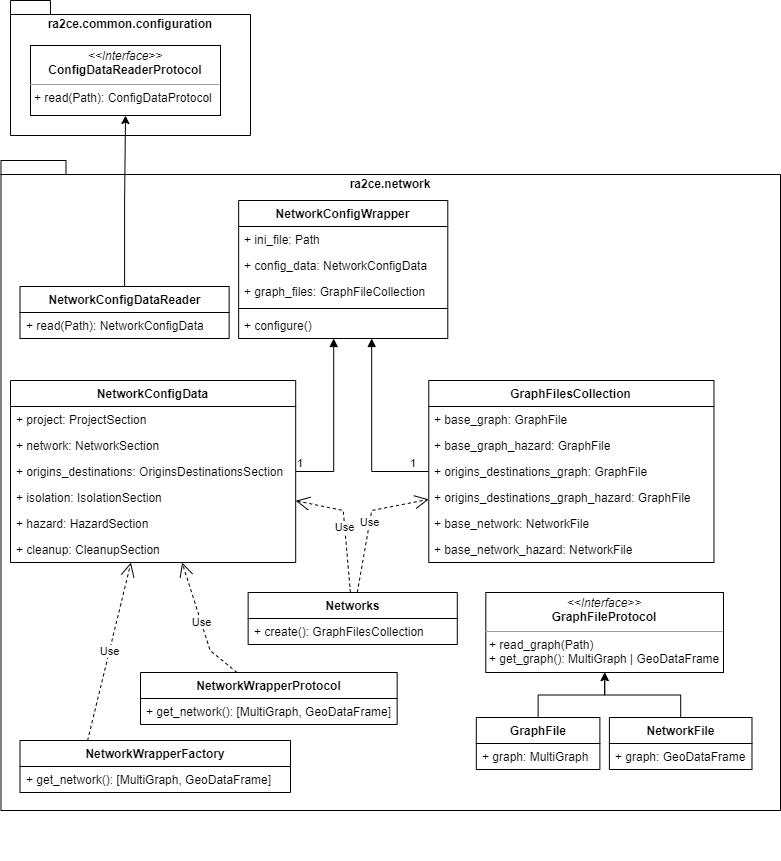
The draw.io diagram docs/_diagrams/ra2ce_network.png in Deltares/ra2ce, before a commit. Source tidied: cells renumbered, new cells last; positions are measured from the earlier drawing's top-left corner, leaving out a move shared by most shapes.
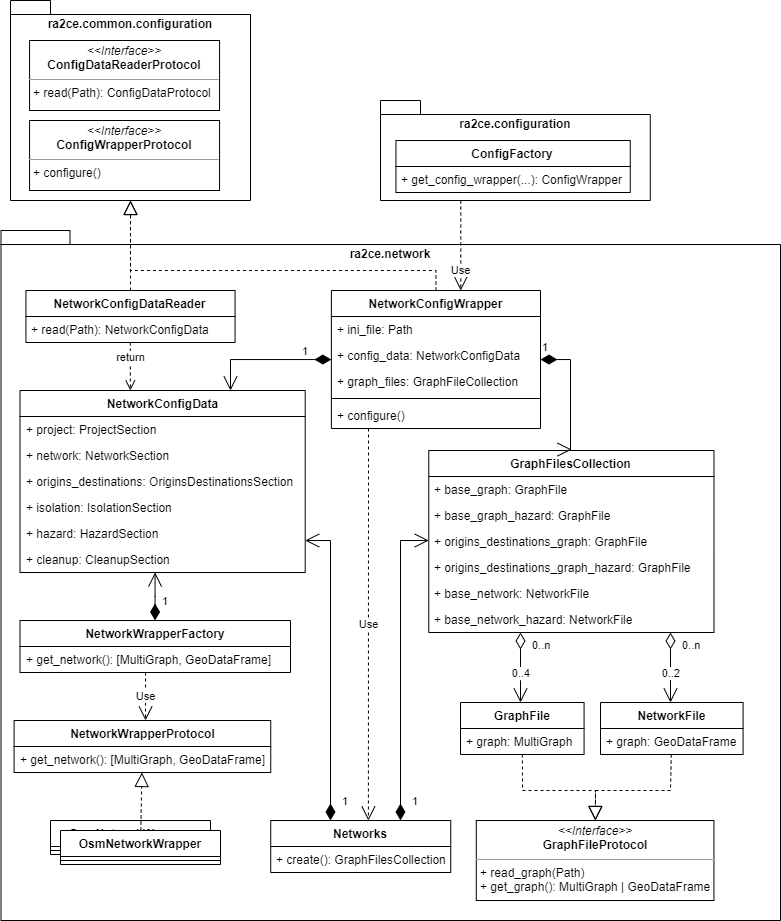
The same file after the commit.

Commit message:
docs: Updated network diagrams

The edit, as a diff of the source:
```diff
@@ -4,16 +4,13 @@
     <mxCell id="1" parent="0" />
-    <mxCell id="2" style="group;" parent="1" vertex="1">
-      <mxGeometry x="10" y="200" width="770" height="660" as="geometry" />
-    </mxCell>
-    <mxCell id="3" value="ra2ce.network" style="shape=folder;fontStyle=1;spacingTop=10;tabWidth=40;tabHeight=14;tabPosition=left;html=1;whiteSpace=wrap;verticalAlign=top;align=center;" parent="2" vertex="1">
-      <mxGeometry x="-9.5" y="-40" width="779.5" height="650" as="geometry" />
+    <mxCell id="3" value="ra2ce.network" style="shape=folder;fontStyle=1;spacingTop=10;tabWidth=40;tabHeight=14;tabPosition=left;html=1;whiteSpace=wrap;verticalAlign=top;align=center;" parent="1" vertex="1">
+      <mxGeometry x="0.5" y="140" width="779.5" height="690" as="geometry" />
     </mxCell>
-    <mxCell id="4" value="Networks" style="swimlane;fontStyle=1;align=center;verticalAlign=top;horizontal=1;startSize=26;whiteSpace=wrap;html=1;" parent="2" vertex="1">
-      <mxGeometry x="237.7" y="392" width="209.1" height="52" as="geometry" />
+    <mxCell id="4" value="Networks" style="swimlane;fontStyle=1;align=center;verticalAlign=top;horizontal=1;startSize=26;whiteSpace=wrap;html=1;" parent="1" vertex="1">
+      <mxGeometry x="270.2" y="730" width="180" height="52" as="geometry" />
     </mxCell>
     <mxCell id="5" value="+ create(): GraphFilesCollection" style="text;strokeColor=none;fillColor=none;align=left;verticalAlign=top;spacingLeft=4;spacingRight=4;overflow=hidden;whiteSpace=wrap;html=1;" parent="4" vertex="1">
-      <mxGeometry y="26" width="209.1" height="26" as="geometry" />
+      <mxGeometry y="26" width="180" height="26" as="geometry" />
     </mxCell>
-    <mxCell id="6" value="NetworkConfigWrapper" style="swimlane;fontStyle=1;align=center;verticalAlign=top;horizontal=1;startSize=26;whiteSpace=wrap;html=1;" parent="2" vertex="1">
-      <mxGeometry x="228.1" width="209.1" height="138" as="geometry" />
+    <mxCell id="6" value="NetworkConfigWrapper" style="swimlane;fontStyle=1;align=center;verticalAlign=top;horizontal=1;startSize=26;whiteSpace=wrap;html=1;" parent="1" vertex="1">
+      <mxGeometry x="330.9" y="200" width="209.1" height="138" as="geometry" />
     </mxCell>
@@ -34,4 +31,4 @@
     </mxCell>
-    <mxCell id="12" value="NetworkWrapperProtocol" style="swimlane;fontStyle=1;align=center;verticalAlign=top;horizontal=1;startSize=26;whiteSpace=wrap;html=1;" parent="2" vertex="1">
-      <mxGeometry x="130" y="472" width="256.7" height="52" as="geometry" />
+    <mxCell id="12" value="NetworkWrapperProtocol" style="swimlane;fontStyle=1;align=center;verticalAlign=top;horizontal=1;startSize=26;whiteSpace=wrap;html=1;" parent="1" vertex="1">
+      <mxGeometry x="13.6" y="630" width="256.7" height="52" as="geometry" />
     </mxCell>
@@ -40,4 +37,4 @@
     </mxCell>
-    <mxCell id="14" value="NetworkConfigDataReader" style="swimlane;fontStyle=1;align=center;verticalAlign=top;horizontal=1;startSize=26;whiteSpace=wrap;html=1;" parent="2" vertex="1">
-      <mxGeometry x="9.5" y="86" width="209.1" height="52" as="geometry" />
+    <mxCell id="14" value="NetworkConfigDataReader" style="swimlane;fontStyle=1;align=center;verticalAlign=top;horizontal=1;startSize=26;whiteSpace=wrap;html=1;" parent="1" vertex="1">
+      <mxGeometry x="25.4" y="200" width="209.1" height="52" as="geometry" />
     </mxCell>
@@ -46,4 +43,4 @@
     </mxCell>
-    <mxCell id="16" value="NetworkConfigData" style="swimlane;fontStyle=1;align=center;verticalAlign=top;horizontal=1;startSize=26;whiteSpace=wrap;html=1;" parent="2" vertex="1">
-      <mxGeometry y="180" width="285.2" height="182" as="geometry" />
+    <mxCell id="16" value="NetworkConfigData" style="swimlane;fontStyle=1;align=center;verticalAlign=top;horizontal=1;startSize=26;whiteSpace=wrap;html=1;" parent="1" vertex="1">
+      <mxGeometry x="19.5" y="300" width="285.2" height="182" as="geometry" />
     </mxCell>
@@ -67,4 +64,4 @@
     </mxCell>
-    <mxCell id="23" value="GraphFilesCollection" style="swimlane;fontStyle=1;align=center;verticalAlign=top;horizontal=1;startSize=26;whiteSpace=wrap;html=1;" parent="2" vertex="1">
-      <mxGeometry x="418.3" y="180" width="285.2" height="182" as="geometry" />
+    <mxCell id="23" value="GraphFilesCollection" style="swimlane;fontStyle=1;align=center;verticalAlign=top;horizontal=1;startSize=26;whiteSpace=wrap;html=1;" parent="1" vertex="1">
+      <mxGeometry x="428.3" y="360" width="285.2" height="182" as="geometry" />
     </mxCell>
@@ -88,11 +85,4 @@
     </mxCell>
-    <mxCell id="30" value="Use" style="endArrow=open;endSize=12;dashed=1;html=1;rounded=0;" parent="2" edge="1" source="12" target="16">
-      <mxGeometry relative="1" as="geometry">
-        <Array as="points">
-          <mxPoint x="199.6" y="450" />
-        </Array>
-      </mxGeometry>
-    </mxCell>
-    <mxCell id="31" value="NetworkWrapperFactory" style="swimlane;fontStyle=1;align=center;verticalAlign=top;horizontal=1;startSize=26;whiteSpace=wrap;html=1;" parent="2" vertex="1">
-      <mxGeometry x="9.5" y="540" width="270.5" height="52" as="geometry" />
+    <mxCell id="31" value="NetworkWrapperFactory" style="swimlane;fontStyle=1;align=center;verticalAlign=top;horizontal=1;startSize=26;whiteSpace=wrap;html=1;" parent="1" vertex="1">
+      <mxGeometry x="19.5" y="530" width="270.5" height="52" as="geometry" />
     </mxCell>
@@ -101,46 +91,12 @@
     </mxCell>
-    <mxCell id="33" value="Use" style="endArrow=open;endSize=12;dashed=1;html=1;rounded=0;exitX=0.25;exitY=0;exitDx=0;exitDy=0;" parent="2" edge="1" source="31" target="16">
-      <mxGeometry relative="1" as="geometry" />
-    </mxCell>
-    <mxCell id="34" value="Use" style="endArrow=open;endSize=12;dashed=1;html=1;rounded=0;" parent="2" edge="1" source="4" target="16">
+    <mxCell id="34" value="Use" style="endArrow=open;endSize=12;dashed=1;html=1;rounded=0;edgeStyle=elbowEdgeStyle;" parent="1" edge="1" target="4">
       <mxGeometry relative="1" as="geometry">
-        <Array as="points">
-          <mxPoint x="332.7" y="310" />
-        </Array>
+        <mxPoint x="368" y="338" as="sourcePoint" />
       </mxGeometry>
     </mxCell>
-    <mxCell id="35" value="Use" style="endArrow=open;endSize=12;dashed=1;html=1;rounded=0;" parent="2" edge="1" source="4" target="23">
-      <mxGeometry relative="1" as="geometry">
-        <Array as="points">
-          <mxPoint x="361.2" y="310" />
-        </Array>
-      </mxGeometry>
-    </mxCell>
-    <mxCell id="36" style="endArrow=block;endFill=1;html=1;edgeStyle=orthogonalEdgeStyle;align=left;verticalAlign=top;rounded=0;" parent="2" edge="1" source="23" target="6">
-      <mxGeometry x="-1" relative="1" as="geometry">
-        <Array as="points">
-          <mxPoint x="361.2" y="271" />
-        </Array>
-      </mxGeometry>
-    </mxCell>
-    <mxCell id="37" value="1" style="edgeLabel;html=1;align=left;verticalAlign=bottom;" parent="36" vertex="1">
-      <mxGeometry x="-1" relative="1" as="geometry">
-        <mxPoint x="-20" as="offset" />
-      </mxGeometry>
-    </mxCell>
-    <mxCell id="38" style="endArrow=block;endFill=1;html=1;edgeStyle=orthogonalEdgeStyle;align=left;verticalAlign=top;rounded=0;exitX=1;exitY=0.5;exitDx=0;exitDy=0;" parent="2" edge="1" source="19" target="6">
-      <mxGeometry x="-1" relative="1" as="geometry">
-        <Array as="points">
-          <mxPoint x="323.2" y="271" />
-        </Array>
-      </mxGeometry>
-    </mxCell>
-    <mxCell id="39" value="1" style="edgeLabel;html=1;align=left;verticalAlign=bottom;" parent="38" vertex="1">
-      <mxGeometry x="-1" relative="1" as="geometry" />
-    </mxCell>
-    <mxCell id="40" value="&lt;p style=&quot;margin:0px;margin-top:4px;text-align:center;&quot;&gt;&lt;i&gt;&amp;lt;&amp;lt;Interface&amp;gt;&amp;gt;&lt;/i&gt;&lt;br&gt;&lt;b&gt;GraphFileProtocol&lt;/b&gt;&lt;/p&gt;&lt;hr size=&quot;1&quot;&gt;&lt;p style=&quot;margin:0px;margin-left:4px;&quot;&gt;+ read_graph(Path)&lt;br&gt;&lt;/p&gt;&lt;p style=&quot;margin:0px;margin-left:4px;&quot;&gt;+ get_graph(): MultiGraph | GeoDataFrame&lt;br&gt;&lt;/p&gt;" style="verticalAlign=top;align=left;overflow=fill;html=1;whiteSpace=wrap;" parent="2" vertex="1">
-      <mxGeometry x="475.3" y="392" width="237.7" height="80" as="geometry" />
+    <mxCell id="40" value="&lt;p style=&quot;margin:0px;margin-top:4px;text-align:center;&quot;&gt;&lt;i&gt;&amp;lt;&amp;lt;Interface&amp;gt;&amp;gt;&lt;/i&gt;&lt;br&gt;&lt;b&gt;GraphFileProtocol&lt;/b&gt;&lt;/p&gt;&lt;hr size=&quot;1&quot;&gt;&lt;p style=&quot;margin:0px;margin-left:4px;&quot;&gt;+ read_graph(Path)&lt;br&gt;&lt;/p&gt;&lt;p style=&quot;margin:0px;margin-left:4px;&quot;&gt;+ get_graph(): MultiGraph | GeoDataFrame&lt;br&gt;&lt;/p&gt;" style="verticalAlign=top;align=left;overflow=fill;html=1;whiteSpace=wrap;" parent="1" vertex="1">
+      <mxGeometry x="475.8" y="730" width="237.7" height="80" as="geometry" />
     </mxCell>
-    <mxCell id="41" value="GraphFile" style="swimlane;fontStyle=1;align=center;verticalAlign=top;horizontal=1;startSize=26;whiteSpace=wrap;html=1;" parent="2" vertex="1">
-      <mxGeometry x="465.8" y="517" width="123.6" height="52" as="geometry" />
+    <mxCell id="41" value="GraphFile" style="swimlane;fontStyle=1;align=center;verticalAlign=top;horizontal=1;startSize=26;whiteSpace=wrap;html=1;" parent="1" vertex="1">
+      <mxGeometry x="460" y="612" width="123.6" height="52" as="geometry" />
     </mxCell>
@@ -149,4 +105,4 @@
     </mxCell>
-    <mxCell id="43" value="NetworkFile" style="swimlane;fontStyle=1;align=center;verticalAlign=top;horizontal=1;startSize=26;whiteSpace=wrap;html=1;" parent="2" vertex="1">
-      <mxGeometry x="598.9" y="517" width="142.6" height="52" as="geometry" />
+    <mxCell id="43" value="NetworkFile" style="swimlane;fontStyle=1;align=center;verticalAlign=top;horizontal=1;startSize=26;whiteSpace=wrap;html=1;" parent="1" vertex="1">
+      <mxGeometry x="600" y="612" width="142.6" height="52" as="geometry" />
     </mxCell>
@@ -155,20 +111,149 @@
     </mxCell>
+    <mxCell id="51" value="1" style="endArrow=open;html=1;endSize=12;startArrow=diamondThin;startSize=14;startFill=1;edgeStyle=orthogonalEdgeStyle;align=left;verticalAlign=bottom;rounded=0;" parent="1" edge="1" source="6" target="16">
+      <mxGeometry x="-0.53" y="1" relative="1" as="geometry">
+        <Array as="points">
+          <mxPoint x="230" y="269" />
+        </Array>
+      </mxGeometry>
+    </mxCell>
+    <mxCell id="52" value="1" style="endArrow=open;html=1;endSize=12;startArrow=diamondThin;startSize=14;startFill=1;edgeStyle=orthogonalEdgeStyle;align=left;verticalAlign=bottom;rounded=0;" parent="1" edge="1" source="6" target="23">
+      <mxGeometry x="-1" y="3" relative="1" as="geometry">
+        <Array as="points">
+          <mxPoint x="570" y="269" />
+          <mxPoint x="570" y="359" />
+          <mxPoint x="571" y="359" />
+        </Array>
+      </mxGeometry>
+    </mxCell>
+    <mxCell id="35" value="1" style="endArrow=open;html=1;endSize=12;startArrow=diamondThin;startSize=14;startFill=1;edgeStyle=orthogonalEdgeStyle;align=left;verticalAlign=bottom;rounded=0;" parent="1" edge="1" source="4" target="23">
+      <mxGeometry x="-0.94" y="-10" relative="1" as="geometry">
+        <Array as="points">
+          <mxPoint x="400" y="450" />
+        </Array>
+      </mxGeometry>
+    </mxCell>
+    <mxCell id="53" value="1" style="endArrow=open;html=1;endSize=12;startArrow=diamondThin;startSize=14;startFill=1;edgeStyle=orthogonalEdgeStyle;align=left;verticalAlign=bottom;rounded=0;" parent="1" edge="1" source="4" target="16">
+      <mxGeometry x="-0.94" y="-10" relative="1" as="geometry">
+        <Array as="points">
+          <mxPoint x="330" y="450" />
+        </Array>
+      </mxGeometry>
+    </mxCell>
+    <mxCell id="54" style="group;" parent="1" vertex="1">
+      <mxGeometry x="10" y="-90" width="240" height="200" as="geometry" />
+    </mxCell>
+    <mxCell id="48" value="ra2ce.common.configuration" style="shape=folder;fontStyle=1;spacingTop=10;tabWidth=40;tabHeight=14;tabPosition=left;html=1;whiteSpace=wrap;verticalAlign=top;" parent="54" vertex="1">
+      <mxGeometry width="240" height="200" as="geometry" />
+    </mxCell>
+    <mxCell id="49" value="&lt;p style=&quot;margin:0px;margin-top:4px;text-align:center;&quot;&gt;&lt;i&gt;&amp;lt;&amp;lt;Interface&amp;gt;&amp;gt;&lt;/i&gt;&lt;br&gt;&lt;b&gt;ConfigDataReaderProtocol&lt;/b&gt;&lt;/p&gt;&lt;hr size=&quot;1&quot;&gt;&lt;p style=&quot;margin:0px;margin-left:4px;&quot;&gt;+ read(Path): ConfigDataProtocol&lt;br&gt;&lt;/p&gt;" style="verticalAlign=top;align=left;overflow=fill;html=1;whiteSpace=wrap;" parent="54" vertex="1">
+      <mxGeometry x="19.1" y="40" width="190" height="70" as="geometry" />
+    </mxCell>
+    <mxCell id="55" value="&lt;p style=&quot;margin:0px;margin-top:4px;text-align:center;&quot;&gt;&lt;i&gt;&amp;lt;&amp;lt;Interface&amp;gt;&amp;gt;&lt;/i&gt;&lt;br&gt;&lt;b&gt;ConfigWrapperProtocol&lt;/b&gt;&lt;/p&gt;&lt;hr size=&quot;1&quot;&gt;&lt;p style=&quot;margin:0px;margin-left:4px;&quot;&gt;+ configure()&lt;br&gt;&lt;/p&gt;" style="verticalAlign=top;align=left;overflow=fill;html=1;whiteSpace=wrap;" parent="54" vertex="1">
+      <mxGeometry x="19.1" y="120" width="190" height="70" as="geometry" />
+    </mxCell>
+    <mxCell id="56" style="group;" parent="1" vertex="1">
+      <mxGeometry x="380" y="10" width="269.8" height="100" as="geometry" />
+    </mxCell>
+    <mxCell id="57" value="ra2ce.configuration" style="shape=folder;fontStyle=1;spacingTop=10;tabWidth=40;tabHeight=14;tabPosition=left;html=1;whiteSpace=wrap;verticalAlign=top;" parent="56" vertex="1">
+      <mxGeometry width="269.8" height="100" as="geometry" />
+    </mxCell>
+    <mxCell id="58" value="ConfigFactory" style="swimlane;fontStyle=1;align=center;verticalAlign=top;horizontal=1;startSize=26;whiteSpace=wrap;html=1;" parent="56" vertex="1">
+      <mxGeometry x="15.4" y="40" width="234.3" height="52" as="geometry" />
+    </mxCell>
+    <mxCell id="59" value="+ get_config_wrapper(...): ConfigWrapper" style="text;strokeColor=none;fillColor=none;align=left;verticalAlign=top;spacingLeft=4;spacingRight=4;overflow=hidden;whiteSpace=wrap;html=1;" parent="58" vertex="1">
+      <mxGeometry y="26" width="234.3" height="26" as="geometry" />
+    </mxCell>
+    <mxCell id="60" style="endArrow=block;dashed=1;endFill=0;endSize=12;html=1;rounded=0;" parent="1" edge="1" source="14" target="48">
+      <mxGeometry relative="1" as="geometry" />
+    </mxCell>
+    <mxCell id="61" style="endArrow=block;dashed=1;endFill=0;endSize=12;html=1;rounded=0;edgeStyle=orthogonalEdgeStyle;" parent="1" edge="1" source="6" target="48">
+      <mxGeometry relative="1" as="geometry">
+        <Array as="points">
+          <mxPoint x="436" y="180" />
+          <mxPoint x="130" y="180" />
+        </Array>
+      </mxGeometry>
+    </mxCell>
+    <mxCell id="62" value="return" style="html=1;verticalAlign=bottom;endArrow=open;dashed=1;endSize=8;rounded=0;edgeStyle=elbowEdgeStyle;" parent="1" edge="1" source="14" target="16">
+      <mxGeometry relative="1" as="geometry" />
+    </mxCell>
+    <mxCell id="63" value="Use" style="endArrow=open;endSize=12;dashed=1;html=1;rounded=0;edgeStyle=elbowEdgeStyle;" parent="1" edge="1" source="31" target="12">
+      <mxGeometry relative="1" as="geometry" />
+    </mxCell>
+    <mxCell id="33" value="1" style="endArrow=open;html=1;endSize=12;startArrow=diamondThin;startSize=14;startFill=1;edgeStyle=elbowEdgeStyle;align=left;verticalAlign=bottom;rounded=0;" parent="1" edge="1" source="31" target="16">
+      <mxGeometry x="-0.58" y="-5" relative="1" as="geometry" />
+    </mxCell>
+    <mxCell id="64" value="Use" style="endArrow=open;endSize=12;dashed=1;html=1;rounded=0;edgeStyle=elbowEdgeStyle;" parent="1" edge="1" source="57" target="6">
+      <mxGeometry x="0.56" relative="1" as="geometry" />
+    </mxCell>
+    <mxCell id="65" style="endArrow=open;html=1;endSize=12;startArrow=diamondThin;startSize=14;startFill=0;edgeStyle=orthogonalEdgeStyle;rounded=0;" parent="1" edge="1" source="23" target="41">
+      <mxGeometry relative="1" as="geometry">
+        <Array as="points">
+          <mxPoint x="520" y="590" />
+          <mxPoint x="520" y="590" />
+        </Array>
+      </mxGeometry>
+    </mxCell>
+    <mxCell id="66" value="0..n" style="edgeLabel;html=1;align=left;verticalAlign=top;" parent="65" vertex="1">
+      <mxGeometry x="-1" relative="1" as="geometry">
+        <mxPoint x="10" as="offset" />
+      </mxGeometry>
+    </mxCell>
+    <mxCell id="67" value="0..4" style="edgeLabel;html=1;align=right;verticalAlign=top;" parent="65" vertex="1">
+      <mxGeometry x="1" relative="1" as="geometry">
+        <mxPoint x="10" y="-42" as="offset" />
+      </mxGeometry>
+    </mxCell>
+    <mxCell id="68" style="endArrow=open;html=1;endSize=12;startArrow=diamondThin;startSize=14;startFill=0;edgeStyle=orthogonalEdgeStyle;rounded=0;" parent="1" edge="1" source="29" target="43">
+      <mxGeometry relative="1" as="geometry">
+        <Array as="points">
+          <mxPoint x="670" y="580" />
+          <mxPoint x="670" y="580" />
+        </Array>
+      </mxGeometry>
+    </mxCell>
+    <mxCell id="69" value="0..n" style="edgeLabel;html=1;align=left;verticalAlign=top;" parent="68" vertex="1">
+      <mxGeometry x="-1" relative="1" as="geometry">
+        <mxPoint x="10" as="offset" />
+      </mxGeometry>
+    </mxCell>
+    <mxCell id="70" value="0..2" style="edgeLabel;html=1;align=right;verticalAlign=top;" parent="68" vertex="1">
+      <mxGeometry x="1" relative="1" as="geometry">
+        <mxPoint x="10" y="-42" as="offset" />
+      </mxGeometry>
+    </mxCell>
-    <mxCell id="45" style="edgeStyle=orthogonalEdgeStyle;rounded=0;jettySize=auto;html=1;" parent="2" edge="1" source="41" target="40">
-      <mxGeometry relative="1" as="geometry" />
+    <mxCell id="45" style="endArrow=block;dashed=1;endFill=0;endSize=12;html=1;rounded=0;" parent="1" edge="1" source="41" target="40">
+      <mxGeometry relative="1" as="geometry">
+        <Array as="points">
+          <mxPoint x="522" y="700" />
+          <mxPoint x="595" y="700" />
+        </Array>
+      </mxGeometry>
     </mxCell>
-    <mxCell id="46" style="edgeStyle=orthogonalEdgeStyle;rounded=0;jettySize=auto;html=1;" parent="2" edge="1" source="43" target="40">
-      <mxGeometry relative="1" as="geometry" />
+    <mxCell id="46" style="endArrow=block;dashed=1;endFill=0;endSize=12;html=1;rounded=0;" parent="1" edge="1" source="43" target="40">
+      <mxGeometry relative="1" as="geometry">
+        <Array as="points">
+          <mxPoint x="670" y="700" />
+          <mxPoint x="595" y="700" />
+        </Array>
+      </mxGeometry>
     </mxCell>
-    <mxCell id="47" style="group;" parent="1" vertex="1">
-      <mxGeometry x="10" width="240" height="135" as="geometry" />
-    </mxCell>
-    <mxCell id="48" value="ra2ce.common.configuration" style="shape=folder;fontStyle=1;spacingTop=10;tabWidth=40;tabHeight=14;tabPosition=left;html=1;whiteSpace=wrap;verticalAlign=top;" parent="47" vertex="1">
-      <mxGeometry width="240" height="135" as="geometry" />
-    </mxCell>
-    <mxCell id="49" value="&lt;p style=&quot;margin:0px;margin-top:4px;text-align:center;&quot;&gt;&lt;i&gt;&amp;lt;&amp;lt;Interface&amp;gt;&amp;gt;&lt;/i&gt;&lt;br&gt;&lt;b&gt;ConfigDataReaderProtocol&lt;/b&gt;&lt;/p&gt;&lt;hr size=&quot;1&quot;&gt;&lt;p style=&quot;margin:0px;margin-left:4px;&quot;&gt;+ read(Path): ConfigDataProtocol&lt;br&gt;&lt;/p&gt;" style="verticalAlign=top;align=left;overflow=fill;html=1;whiteSpace=wrap;" parent="47" vertex="1">
-      <mxGeometry x="20" y="45" width="190" height="70" as="geometry" />
-    </mxCell>
-    <mxCell id="50" style="edgeStyle=orthogonalEdgeStyle;rounded=0;jettySize=auto;html=1;" parent="1" edge="1" source="14" target="49">
-      <mxGeometry relative="1" as="geometry" />
-    </mxCell>
+    <mxCell id="71" style="group;" parent="1" vertex="1">
+      <mxGeometry x="50" y="730" width="170" height="44" as="geometry" />
+    </mxCell>
+    <mxCell id="72" value="OsmNetworkWrapper" style="swimlane;fontStyle=1;align=center;verticalAlign=top;horizontal=1;startSize=26;whiteSpace=wrap;html=1;" parent="71" vertex="1">
+      <mxGeometry width="160" height="34" as="geometry" />
+    </mxCell>
+    <mxCell id="73" style="line;strokeWidth=1;fillColor=none;align=left;verticalAlign=middle;spacingTop=-1;spacingLeft=3;spacingRight=3;labelPosition=right;strokeColor=inherit;" parent="72" vertex="1">
+      <mxGeometry y="26" width="160" height="8" as="geometry" />
+    </mxCell>
+    <mxCell id="74" value="OsmNetworkWrapper" style="swimlane;fontStyle=1;align=center;verticalAlign=top;horizontal=1;startSize=26;whiteSpace=wrap;html=1;" parent="71" vertex="1">
+      <mxGeometry x="10" y="10" width="160" height="34" as="geometry" />
+    </mxCell>
+    <mxCell id="75" style="line;strokeWidth=1;fillColor=none;align=left;verticalAlign=middle;spacingTop=-1;spacingLeft=3;spacingRight=3;labelPosition=right;strokeColor=inherit;" parent="74" vertex="1">
+      <mxGeometry y="26" width="160" height="8" as="geometry" />
+    </mxCell>
+    <mxCell id="76" style="endArrow=block;dashed=1;endFill=0;endSize=12;html=1;rounded=0;" parent="1" edge="1" source="74" target="12">
+      <mxGeometry relative="1" as="geometry" />
+    </mxCell>
   </root>
```
